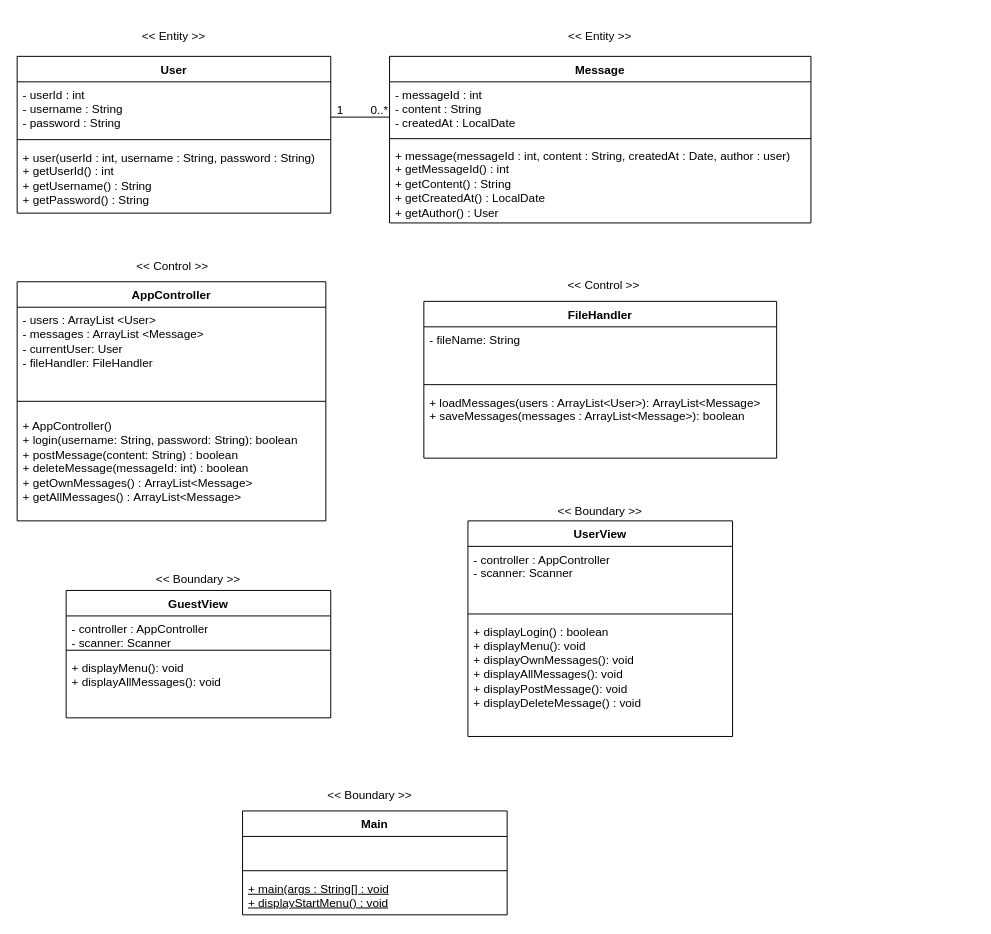
Before: diagrams/class_diagram.drawio in SaraMalmstedt/Chatterbox_Group3, a draw.io diagram. Source tidied: cells renumbered, new cells numbered last; positions are measured from the earlier drawing's top-left corner, leaving out a move shared by most shapes. Both pictures are drawn from the tidied source at 98%, with x=0, y=0 at pixel (17, 17).
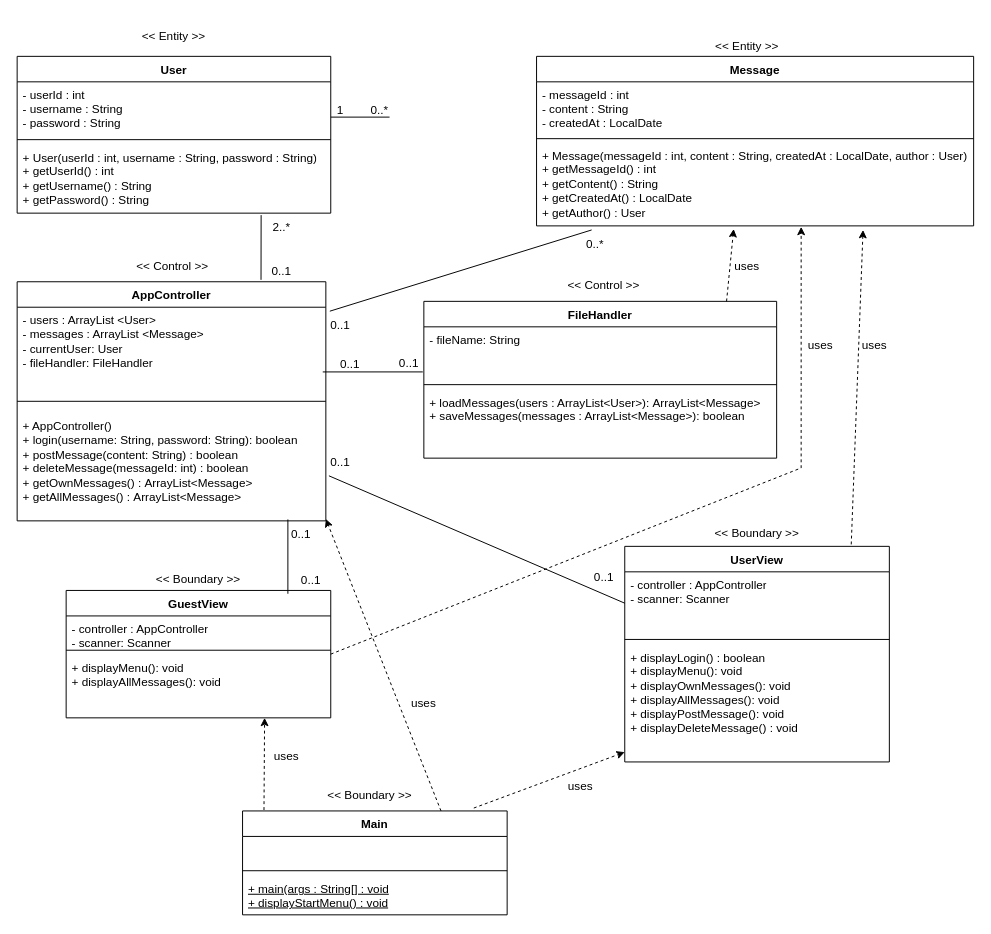
The same diagram, later.

Commit message:
Add relationships to class diagram

Unchanged cells that the change refers to:
```xml
<mxCell id="2" value="User" style="swimlane;fontStyle=1;align=center;verticalAlign=top;horizontal=1;startSize=26;whiteSpace=wrap;html=1;" parent="1" vertex="1">
  <mxGeometry y="40" width="320" height="160" as="geometry" />
</mxCell>
<mxCell id="15" value="AppController" style="swimlane;fontStyle=1;align=center;verticalAlign=top;horizontal=1;startSize=26;whiteSpace=wrap;html=1;" parent="1" vertex="1">
  <mxGeometry y="270" width="315" height="244" as="geometry" />
</mxCell>
<mxCell id="16" value="- users : ArrayList &amp;lt;User&amp;gt;&lt;div&gt;- messages : ArrayList &amp;lt;Message&amp;gt;&lt;/div&gt;&lt;div&gt;- currentUser: User&lt;/div&gt;&lt;div&gt;- fileHandler: FileHandler&lt;/div&gt;&lt;div&gt;&lt;br&gt;&lt;/div&gt;&lt;div&gt;&lt;br&gt;&lt;/div&gt;&lt;div&gt;&lt;br&gt;&lt;/div&gt;&lt;div&gt;&lt;br&gt;&lt;/div&gt;" style="text;strokeColor=none;fillColor=none;align=left;verticalAlign=top;spacingLeft=4;spacingRight=4;overflow=hidden;points=[[0,0.5],[1,0.5]];portConstraint=eastwest;whiteSpace=wrap;html=1;" parent="15" vertex="1">
  <mxGeometry y="26" width="315" height="84" as="geometry" />
</mxCell>
<mxCell id="18" value="&lt;div&gt;&lt;span style=&quot;background-color: transparent; color: light-dark(rgb(0, 0, 0), rgb(255, 255, 255));&quot;&gt;+ AppController()&lt;/span&gt;&lt;/div&gt;&lt;div&gt;+ login(&lt;span style=&quot;color: light-dark(rgb(0, 0, 0), rgb(255, 255, 255)); background-color: transparent;&quot;&gt;username: String, password: String&lt;/span&gt;&lt;span style=&quot;color: light-dark(rgb(0, 0, 0), rgb(255, 255, 255)); background-color: transparent;&quot;&gt;): boolean&lt;/span&gt;&lt;span style=&quot;background-color: transparent; color: light-dark(rgb(0, 0, 0), rgb(255, 255, 255));&quot;&gt;&lt;/span&gt;&lt;/div&gt;+ postMessage(content: String) : boolean&lt;div&gt;+ deleteMessage(messageId: int) : boolean&lt;/div&gt;&lt;div&gt;+ getOwnMessages() :&amp;nbsp;&lt;span style=&quot;background-color: transparent; color: light-dark(rgb(0, 0, 0), rgb(255, 255, 255));&quot;&gt;ArrayList&amp;lt;Message&amp;gt;&lt;/span&gt;&lt;/div&gt;&lt;div&gt;+ getAllMessages() :&amp;nbsp;&lt;span style=&quot;background-color: transparent; color: light-dark(rgb(0, 0, 0), rgb(255, 255, 255));&quot;&gt;ArrayList&amp;lt;Message&amp;gt;&lt;/span&gt;&lt;/div&gt;&lt;div&gt;&lt;br&gt;&lt;/div&gt;" style="text;strokeColor=none;fillColor=none;align=left;verticalAlign=top;spacingLeft=4;spacingRight=4;overflow=hidden;points=[[0,0.5],[1,0.5]];portConstraint=eastwest;whiteSpace=wrap;html=1;" parent="15" vertex="1">
  <mxGeometry y="134" width="315" height="110" as="geometry" />
</mxCell>
<mxCell id="21" value="FileHandler" style="swimlane;fontStyle=1;align=center;verticalAlign=top;horizontal=1;startSize=26;whiteSpace=wrap;html=1;" parent="1" vertex="1">
  <mxGeometry x="415" y="290" width="360" height="160" as="geometry" />
</mxCell>
<mxCell id="22" value="- fileName: String&lt;br&gt;" style="text;strokeColor=none;fillColor=none;align=left;verticalAlign=top;spacingLeft=4;spacingRight=4;overflow=hidden;points=[[0,0.5],[1,0.5]];portConstraint=eastwest;whiteSpace=wrap;html=1;" parent="21" vertex="1">
  <mxGeometry y="26" width="360" height="54" as="geometry" />
</mxCell>
<mxCell id="26" value="- controller : AppController&lt;br&gt;&lt;div&gt;- scanner: Scanner&lt;/div&gt;" style="text;strokeColor=none;fillColor=none;align=left;verticalAlign=top;spacingLeft=4;spacingRight=4;overflow=hidden;points=[[0,0.5],[1,0.5]];portConstraint=eastwest;whiteSpace=wrap;html=1;" parent="25" vertex="1">
  <mxGeometry y="26" width="270" height="64" as="geometry" />
</mxCell>
<mxCell id="28" value="&lt;div&gt;+ displayLogin() : boolean&lt;/div&gt;&lt;div&gt;+ displayMenu(): void&lt;/div&gt;&lt;div&gt;+ displayOwnMessages(): void&lt;/div&gt;&lt;div&gt;+ displayAllMessages(): void&lt;/div&gt;&lt;div&gt;+ displayPostMessage(): void&lt;/div&gt;&lt;div&gt;+ displayDeleteMessage() : void&lt;/div&gt;" style="text;strokeColor=none;fillColor=none;align=left;verticalAlign=top;spacingLeft=4;spacingRight=4;overflow=hidden;points=[[0,0.5],[1,0.5]];portConstraint=eastwest;whiteSpace=wrap;html=1;" parent="25" vertex="1">
  <mxGeometry y="100" width="270" height="120" as="geometry" />
</mxCell>
<mxCell id="30" value="GuestView" style="swimlane;fontStyle=1;align=center;verticalAlign=top;horizontal=1;startSize=26;whiteSpace=wrap;html=1;" parent="1" vertex="1">
  <mxGeometry x="50" y="585" width="270" height="130" as="geometry" />
</mxCell>
<mxCell id="35" value="Main" style="swimlane;fontStyle=1;align=center;verticalAlign=top;horizontal=1;startSize=26;whiteSpace=wrap;html=1;" parent="1" vertex="1">
  <mxGeometry x="230" y="810" width="270" height="106" as="geometry" />
</mxCell>
```

Change to the diagram source:
```diff
@@
-    <mxCell id="5" value="&lt;div&gt;+ user(userId : int, username : String, password : String)&lt;/div&gt;&lt;div&gt;+ getUserId() : int&lt;/div&gt;&lt;div&gt;+ getUsername() : String&lt;/div&gt;&lt;div&gt;+ getPassword() : String&lt;/div&gt;" style="text;strokeColor=none;fillColor=none;align=left;verticalAlign=top;spacingLeft=4;spacingRight=4;overflow=hidden;points=[[0,0.5],[1,0.5]];portConstraint=eastwest;whiteSpace=wrap;html=1;" parent="2" vertex="1">
+    <mxCell id="5" value="&lt;div&gt;+ User(userId : int, username : String, password : String)&lt;/div&gt;&lt;div&gt;+ getUserId() : int&lt;/div&gt;&lt;div&gt;+ getUsername() : String&lt;/div&gt;&lt;div&gt;+ getPassword() : String&lt;/div&gt;" style="text;strokeColor=none;fillColor=none;align=left;verticalAlign=top;spacingLeft=4;spacingRight=4;overflow=hidden;points=[[0,0.5],[1,0.5]];portConstraint=eastwest;whiteSpace=wrap;html=1;" parent="2" vertex="1">
       <mxGeometry y="90" width="320" height="70" as="geometry" />
     </mxCell>
     <mxCell id="6" value="Message" style="swimlane;fontStyle=1;align=center;verticalAlign=top;horizontal=1;startSize=26;whiteSpace=wrap;html=1;" parent="1" vertex="1">
-      <mxGeometry x="380" y="40" width="430" height="170" as="geometry" />
+      <mxGeometry x="530" y="40" width="446" height="173" as="geometry" />
     </mxCell>
     <mxCell id="7" value="- messageId : int&lt;div&gt;- content : String&lt;/div&gt;&lt;div&gt;- createdAt : LocalDate&lt;/div&gt;" style="text;strokeColor=none;fillColor=none;align=left;verticalAlign=top;spacingLeft=4;spacingRight=4;overflow=hidden;whiteSpace=wrap;html=1;" parent="6" vertex="1">
-      <mxGeometry y="26" width="430" height="54" as="geometry" />
+      <mxGeometry y="26" width="446" height="54" as="geometry" />
     </mxCell>
     <mxCell id="8" style="line;strokeWidth=1;fillColor=none;align=left;verticalAlign=middle;spacingTop=-1;spacingLeft=3;spacingRight=3;labelPosition=right;strokeColor=inherit;" parent="6" vertex="1">
-      <mxGeometry y="80" width="430" height="8" as="geometry" />
+      <mxGeometry y="80" width="446" height="8" as="geometry" />
     </mxCell>
-    <mxCell id="9" value="+ message(messageId : int, content : String, createdAt : Date, author : user)&lt;div&gt;+ getMessageId() : int&lt;/div&gt;&lt;div&gt;+ getContent() : String&lt;/div&gt;&lt;div&gt;+ getCreatedAt() : LocalDate&lt;/div&gt;&lt;div&gt;+ getAuthor() : User&lt;/div&gt;" style="text;strokeColor=none;fillColor=none;align=left;verticalAlign=top;spacingLeft=4;spacingRight=4;overflow=hidden;points=[[0,0.5],[1,0.5]];portConstraint=eastwest;whiteSpace=wrap;html=1;" parent="6" vertex="1">
-      <mxGeometry y="88" width="430" height="82" as="geometry" />
+    <mxCell id="9" value="+ Message(messageId : int, content : String, createdAt : LocalDate, author : User)&lt;div&gt;+ getMessageId() : int&lt;/div&gt;&lt;div&gt;+ getContent() : String&lt;/div&gt;&lt;div&gt;+ getCreatedAt() : LocalDate&lt;/div&gt;&lt;div&gt;+ getAuthor() : User&lt;/div&gt;" style="text;strokeColor=none;fillColor=none;align=left;verticalAlign=top;spacingLeft=4;spacingRight=4;overflow=hidden;points=[[0,0.5],[1,0.5]];portConstraint=eastwest;whiteSpace=wrap;html=1;" parent="6" vertex="1">
+      <mxGeometry y="88" width="446" height="85" as="geometry" />
     </mxCell>
@@
     <mxCell id="14" value="&amp;lt;&amp;lt; Entity &amp;gt;&amp;gt;" style="text;html=1;whiteSpace=wrap;strokeColor=none;fillColor=none;align=center;verticalAlign=middle;rounded=0;" parent="1" vertex="1">
-      <mxGeometry x="545" width="100" height="40" as="geometry" />
+      <mxGeometry x="695" y="10" width="100" height="40" as="geometry" />
     </mxCell>
@@
     <mxCell id="25" value="UserView" style="swimlane;fontStyle=1;align=center;verticalAlign=top;horizontal=1;startSize=26;whiteSpace=wrap;html=1;" parent="1" vertex="1">
-      <mxGeometry x="460" y="514" width="270" height="220" as="geometry" />
+      <mxGeometry x="620" y="540" width="270" height="220" as="geometry" />
     </mxCell>
@@
     <mxCell id="29" value="&lt;span style=&quot;color: rgb(0, 0, 0); font-family: Helvetica; font-size: 12px; font-style: normal; font-variant-ligatures: normal; font-variant-caps: normal; font-weight: 400; letter-spacing: normal; orphans: 2; text-align: center; text-indent: 0px; text-transform: none; widows: 2; word-spacing: 0px; -webkit-text-stroke-width: 0px; white-space: normal; text-decoration-thickness: initial; text-decoration-style: initial; text-decoration-color: initial; float: none; background-color: rgb(255, 255, 255); display: inline !important;&quot;&gt;&amp;lt;&amp;lt; Boundary &amp;gt;&amp;gt;&lt;/span&gt;" style="text;whiteSpace=wrap;html=1;" parent="1" vertex="1">
-      <mxGeometry x="550" y="490" width="100" height="40" as="geometry" />
+      <mxGeometry x="710" y="513" width="100" height="40" as="geometry" />
     </mxCell>
@@
+    <mxCell id="40" style="endArrow=none;html=1;rounded=0;entryX=0.778;entryY=1.029;entryDx=0;entryDy=0;entryPerimeter=0;exitX=0.79;exitY=-0.008;exitDx=0;exitDy=0;exitPerimeter=0;" parent="1" edge="1" source="15" target="5">
+      <mxGeometry relative="1" as="geometry" />
+    </mxCell>
+    <mxCell id="41" style="endArrow=none;html=1;rounded=0;entryX=0.126;entryY=1.049;entryDx=0;entryDy=0;entryPerimeter=0;exitX=1.013;exitY=0.048;exitDx=0;exitDy=0;exitPerimeter=0;" parent="1" edge="1" source="16" target="9">
+      <mxGeometry relative="1" as="geometry" />
+    </mxCell>
+    <mxCell id="42" style="endArrow=none;html=1;rounded=0;entryX=0.99;entryY=0.786;entryDx=0;entryDy=0;entryPerimeter=0;exitX=-0.003;exitY=0.852;exitDx=0;exitDy=0;exitPerimeter=0;" parent="1" edge="1" source="22" target="16">
+      <mxGeometry relative="1" as="geometry" />
+    </mxCell>
+    <mxCell id="43" style="endArrow=none;html=1;rounded=0;entryX=1.01;entryY=0.582;entryDx=0;entryDy=0;entryPerimeter=0;exitX=0;exitY=0.5;exitDx=0;exitDy=0;" parent="1" edge="1" source="26" target="18">
+      <mxGeometry relative="1" as="geometry" />
+    </mxCell>
+    <mxCell id="44" style="endArrow=none;html=1;rounded=0;entryX=0.877;entryY=0.987;entryDx=0;entryDy=0;entryPerimeter=0;exitX=0.838;exitY=0.026;exitDx=0;exitDy=0;exitPerimeter=0;" parent="1" edge="1" source="30" target="18">
+      <mxGeometry relative="1" as="geometry" />
+    </mxCell>
+    <mxCell id="45" value="2..*" style="text;html=1;whiteSpace=wrap;strokeColor=none;fillColor=none;align=center;verticalAlign=middle;rounded=0;" parent="1" vertex="1">
+      <mxGeometry x="240" y="200" width="60" height="30" as="geometry" />
+    </mxCell>
+    <mxCell id="46" value="0..*" style="text;html=1;whiteSpace=wrap;strokeColor=none;fillColor=none;align=center;verticalAlign=middle;rounded=0;" parent="1" vertex="1">
+      <mxGeometry x="560" y="217" width="60" height="30" as="geometry" />
+    </mxCell>
+    <mxCell id="47" value="0..1" style="text;html=1;whiteSpace=wrap;strokeColor=none;fillColor=none;align=center;verticalAlign=middle;rounded=0;" parent="1" vertex="1">
+      <mxGeometry x="300" y="440" width="60" height="30" as="geometry" />
+    </mxCell>
+    <mxCell id="48" value="0..1" style="text;html=1;whiteSpace=wrap;strokeColor=none;fillColor=none;align=center;verticalAlign=middle;rounded=0;" parent="1" vertex="1">
+      <mxGeometry x="569" y="557" width="60" height="30" as="geometry" />
+    </mxCell>
+    <mxCell id="49" value="0..1" style="text;html=1;whiteSpace=wrap;strokeColor=none;fillColor=none;align=center;verticalAlign=middle;rounded=0;" parent="1" vertex="1">
+      <mxGeometry x="260" y="513" width="60" height="30" as="geometry" />
+    </mxCell>
+    <mxCell id="50" value="0..1" style="text;html=1;whiteSpace=wrap;strokeColor=none;fillColor=none;align=center;verticalAlign=middle;rounded=0;" parent="1" vertex="1">
+      <mxGeometry x="270" y="560" width="60" height="30" as="geometry" />
+    </mxCell>
+    <mxCell id="51" value="0..1" style="text;html=1;whiteSpace=wrap;strokeColor=none;fillColor=none;align=center;verticalAlign=middle;rounded=0;" parent="1" vertex="1">
+      <mxGeometry x="300" y="300" width="60" height="30" as="geometry" />
+    </mxCell>
+    <mxCell id="52" value="0..1" style="text;html=1;whiteSpace=wrap;strokeColor=none;fillColor=none;align=center;verticalAlign=middle;rounded=0;" parent="1" vertex="1">
+      <mxGeometry x="310" y="340" width="60" height="30" as="geometry" />
+    </mxCell>
+    <mxCell id="53" value="0..1" style="text;html=1;whiteSpace=wrap;strokeColor=none;fillColor=none;align=center;verticalAlign=middle;rounded=0;" parent="1" vertex="1">
+      <mxGeometry x="240" y="245" width="60" height="30" as="geometry" />
+    </mxCell>
+    <mxCell id="54" style="html=1;labelBackgroundColor=#ffffff;startArrow=none;startFill=0;startSize=6;endArrow=classic;endFill=1;endSize=6;jettySize=auto;strokeWidth=1;dashed=1;fontSize=14;rounded=0;exitX=0.874;exitY=-0.028;exitDx=0;exitDy=0;exitPerimeter=0;" parent="1" edge="1" source="35" target="28">
+      <mxGeometry relative="1" as="geometry" />
+    </mxCell>
+    <mxCell id="55" style="html=1;labelBackgroundColor=#ffffff;startArrow=none;startFill=0;startSize=6;endArrow=classic;endFill=1;endSize=6;jettySize=auto;strokeWidth=1;dashed=1;fontSize=14;rounded=0;entryX=0.75;entryY=1;entryDx=0;entryDy=0;exitX=0.081;exitY=-0.009;exitDx=0;exitDy=0;exitPerimeter=0;" parent="1" edge="1" source="35" target="30">
+      <mxGeometry relative="1" as="geometry" />
+    </mxCell>
+    <mxCell id="56" style="html=1;labelBackgroundColor=#ffffff;startArrow=none;startFill=0;startSize=6;endArrow=classic;endFill=1;endSize=6;jettySize=auto;strokeWidth=1;dashed=1;fontSize=14;rounded=0;exitX=0.75;exitY=0;exitDx=0;exitDy=0;entryX=1;entryY=0.982;entryDx=0;entryDy=0;entryPerimeter=0;" parent="1" edge="1" source="35" target="18">
+      <mxGeometry relative="1" as="geometry" />
+    </mxCell>
+    <mxCell id="57" style="html=1;labelBackgroundColor=#ffffff;startArrow=none;startFill=0;startSize=6;endArrow=classic;endFill=1;endSize=6;jettySize=auto;strokeWidth=1;dashed=1;fontSize=14;rounded=0;exitX=0.856;exitY=-0.009;exitDx=0;exitDy=0;entryX=0.747;entryY=1.049;entryDx=0;entryDy=0;entryPerimeter=0;exitPerimeter=0;" parent="1" edge="1" source="25" target="9">
+      <mxGeometry relative="1" as="geometry" />
+    </mxCell>
+    <mxCell id="58" style="html=1;labelBackgroundColor=#ffffff;startArrow=none;startFill=0;startSize=6;endArrow=classic;endFill=1;endSize=6;jettySize=auto;strokeWidth=1;dashed=1;fontSize=14;rounded=0;exitX=1;exitY=0.5;exitDx=0;exitDy=0;" parent="1" edge="1" source="30">
+      <mxGeometry x="-0.14" relative="1" as="geometry">
+        <mxPoint x="800" y="214" as="targetPoint" />
+        <Array as="points">
+          <mxPoint x="800" y="460" />
+        </Array>
+      </mxGeometry>
+    </mxCell>
+    <mxCell id="59" style="html=1;labelBackgroundColor=#ffffff;startArrow=none;startFill=0;startSize=6;endArrow=classic;endFill=1;endSize=6;jettySize=auto;strokeWidth=1;dashed=1;fontSize=14;rounded=0;exitX=0.858;exitY=0;exitDx=0;exitDy=0;entryX=0.451;entryY=1.037;entryDx=0;entryDy=0;entryPerimeter=0;exitPerimeter=0;" parent="1" edge="1" source="21" target="9">
+      <mxGeometry relative="1" as="geometry" />
+    </mxCell>
+    <mxCell id="60" value="uses" style="text;html=1;whiteSpace=wrap;strokeColor=none;fillColor=none;align=center;verticalAlign=middle;rounded=0;" parent="1" vertex="1">
+      <mxGeometry x="850" y="320" width="50" height="30" as="geometry" />
+    </mxCell>
+    <mxCell id="61" value="uses" style="text;html=1;whiteSpace=wrap;strokeColor=none;fillColor=none;align=center;verticalAlign=middle;rounded=0;" parent="1" vertex="1">
+      <mxGeometry x="795" y="320" width="50" height="30" as="geometry" />
+    </mxCell>
+    <mxCell id="62" value="uses" style="text;html=1;whiteSpace=wrap;strokeColor=none;fillColor=none;align=center;verticalAlign=middle;rounded=0;" parent="1" vertex="1">
+      <mxGeometry x="720" y="240" width="50" height="30" as="geometry" />
+    </mxCell>
+    <mxCell id="63" value="uses" style="text;html=1;whiteSpace=wrap;strokeColor=none;fillColor=none;align=center;verticalAlign=middle;rounded=0;" parent="1" vertex="1">
+      <mxGeometry x="550" y="770" width="50" height="30" as="geometry" />
+    </mxCell>
+    <mxCell id="64" value="uses" style="text;html=1;whiteSpace=wrap;strokeColor=none;fillColor=none;align=center;verticalAlign=middle;rounded=0;" parent="1" vertex="1">
+      <mxGeometry x="390" y="685" width="50" height="30" as="geometry" />
+    </mxCell>
+    <mxCell id="65" value="uses" style="text;html=1;whiteSpace=wrap;strokeColor=none;fillColor=none;align=center;verticalAlign=middle;rounded=0;" parent="1" vertex="1">
+      <mxGeometry x="250" y="740" width="50" height="30" as="geometry" />
+    </mxCell>
+    <mxCell id="66" value="0..1" style="text;html=1;whiteSpace=wrap;strokeColor=none;fillColor=none;align=center;verticalAlign=middle;rounded=0;" parent="1" vertex="1">
+      <mxGeometry x="370" y="338" width="60" height="30" as="geometry" />
+    </mxCell>
```
